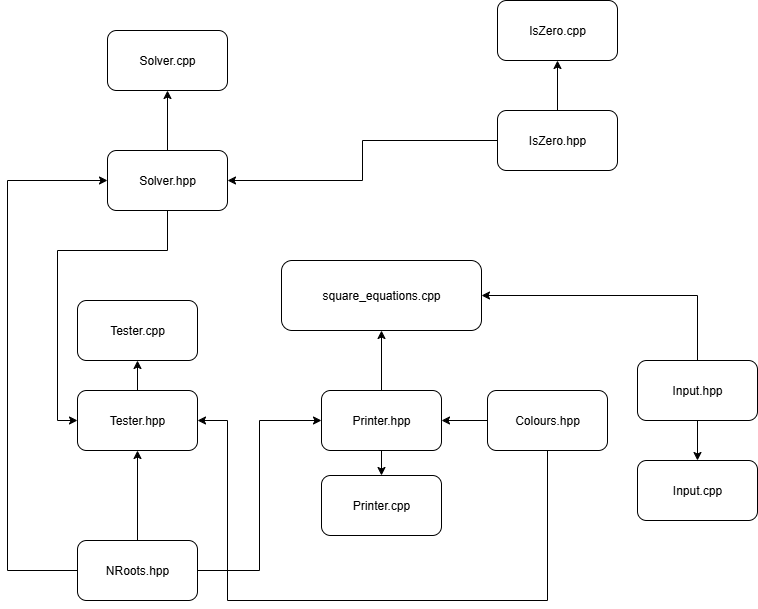
Before: Project_structure.png, a diagram exported from draw.io (Sergey3G/C-Summer-School). Source tidied: cells renumbered, new cells last; positions are measured from the earlier drawing's top-left corner, leaving out a move shared by most shapes.
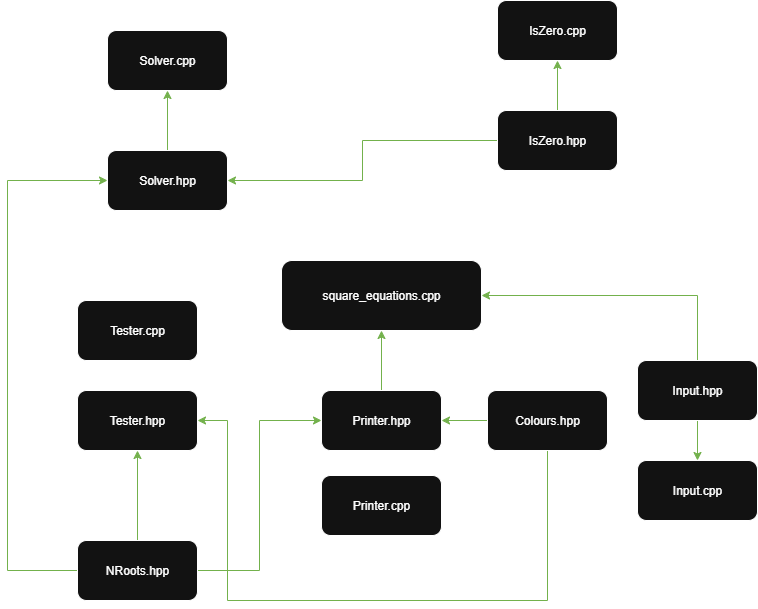
After the change.

Commit message:
twenty_sixth_commit

Change to the diagram source:
```diff
@@ -8,19 +8,19 @@
     <mxCell id="3" value="Input.cpp" style="rounded=1;whiteSpace=wrap;html=1;" parent="1" vertex="1">
       <mxGeometry x="630" y="460" width="120" height="60" as="geometry" />
     </mxCell>
-    <mxCell id="4" style="edgeStyle=orthogonalEdgeStyle;rounded=0;jettySize=auto;html=1;exitX=0.5;exitY=1;exitDx=0;exitDy=0;" parent="1" edge="1" source="6" target="3">
+    <mxCell id="4" style="edgeStyle=orthogonalEdgeStyle;rounded=0;jettySize=auto;html=1;exitX=0.5;exitY=1;exitDx=0;exitDy=0;fillColor=#60a917;strokeColor=#2D7600;" parent="1" edge="1" source="6" target="3">
       <mxGeometry relative="1" as="geometry" />
     </mxCell>
-    <mxCell id="5" style="edgeStyle=orthogonalEdgeStyle;rounded=0;jettySize=auto;html=1;exitX=0.5;exitY=0;exitDx=0;exitDy=0;entryX=1;entryY=0.5;entryDx=0;entryDy=0;" parent="1" edge="1" source="6" target="2">
+    <mxCell id="5" style="edgeStyle=orthogonalEdgeStyle;rounded=0;jettySize=auto;html=1;exitX=0.5;exitY=0;exitDx=0;exitDy=0;entryX=1;entryY=0.5;entryDx=0;entryDy=0;fillColor=#60a917;strokeColor=#2D7600;" parent="1" edge="1" source="6" target="2">
       <mxGeometry relative="1" as="geometry" />
     </mxCell>
     <mxCell id="6" value="Input.hpp" style="rounded=1;whiteSpace=wrap;html=1;" parent="1" vertex="1">
       <mxGeometry x="630" y="360" width="120" height="60" as="geometry" />
     </mxCell>
-    <mxCell id="7" style="edgeStyle=orthogonalEdgeStyle;rounded=0;jettySize=auto;html=1;entryX=0.5;entryY=1;entryDx=0;entryDy=0;" parent="1" edge="1" source="9" target="10">
+    <mxCell id="7" style="edgeStyle=orthogonalEdgeStyle;rounded=0;jettySize=auto;html=1;entryX=0.5;entryY=1;entryDx=0;entryDy=0;fillColor=#60a917;strokeColor=#2D7600;" parent="1" edge="1" source="9" target="10">
       <mxGeometry relative="1" as="geometry" />
     </mxCell>
-    <mxCell id="8" style="edgeStyle=orthogonalEdgeStyle;rounded=0;jettySize=auto;html=1;entryX=1;entryY=0.5;entryDx=0;entryDy=0;" parent="1" edge="1" source="9" target="13">
+    <mxCell id="8" style="edgeStyle=orthogonalEdgeStyle;rounded=0;jettySize=auto;html=1;entryX=1;entryY=0.5;entryDx=0;entryDy=0;fillColor=#60a917;strokeColor=#2D7600;" parent="1" edge="1" source="9" target="13">
       <mxGeometry relative="1" as="geometry" />
     </mxCell>
     <mxCell id="9" value="IsZero.hpp" style="rounded=1;whiteSpace=wrap;html=1;" parent="1" vertex="1">
@@ -29,7 +29,7 @@
     <mxCell id="10" value="IsZero.cpp" style="rounded=1;whiteSpace=wrap;html=1;" parent="1" vertex="1">
       <mxGeometry x="490" width="120" height="60" as="geometry" />
     </mxCell>
-    <mxCell id="11" style="edgeStyle=orthogonalEdgeStyle;rounded=0;jettySize=auto;html=1;exitX=0.5;exitY=0;exitDx=0;exitDy=0;entryX=0.5;entryY=1;entryDx=0;entryDy=0;" parent="1" edge="1" source="13" target="14">
+    <mxCell id="11" style="edgeStyle=orthogonalEdgeStyle;rounded=0;jettySize=auto;html=1;exitX=0.5;exitY=0;exitDx=0;exitDy=0;entryX=0.5;entryY=1;entryDx=0;entryDy=0;fillColor=#60a917;strokeColor=#2D7600;" parent="1" edge="1" source="13" target="14">
       <mxGeometry relative="1" as="geometry" />
     </mxCell>
     <mxCell id="12" style="edgeStyle=orthogonalEdgeStyle;rounded=0;jettySize=auto;html=1;exitX=0.5;exitY=1;exitDx=0;exitDy=0;entryX=0;entryY=0.5;entryDx=0;entryDy=0;" parent="1" edge="1" source="13" target="17">
@@ -59,7 +59,7 @@
     <mxCell id="18" style="edgeStyle=orthogonalEdgeStyle;rounded=0;jettySize=auto;html=1;" parent="1" edge="1" source="20" target="21">
       <mxGeometry relative="1" as="geometry" />
     </mxCell>
-    <mxCell id="19" style="edgeStyle=orthogonalEdgeStyle;rounded=0;jettySize=auto;html=1;" parent="1" edge="1" source="20" target="2">
+    <mxCell id="19" style="edgeStyle=orthogonalEdgeStyle;rounded=0;jettySize=auto;html=1;fillColor=#60a917;strokeColor=#2D7600;" parent="1" edge="1" source="20" target="2">
       <mxGeometry relative="1" as="geometry" />
     </mxCell>
     <mxCell id="20" value="Printer.hpp" style="rounded=1;whiteSpace=wrap;html=1;" parent="1" vertex="1">
@@ -68,13 +68,13 @@
     <mxCell id="21" value="Printer.cpp" style="rounded=1;whiteSpace=wrap;html=1;" parent="1" vertex="1">
       <mxGeometry x="314" y="475" width="120" height="60" as="geometry" />
     </mxCell>
-    <mxCell id="22" style="edgeStyle=orthogonalEdgeStyle;rounded=0;jettySize=auto;html=1;entryX=0;entryY=0.5;entryDx=0;entryDy=0;" parent="1" edge="1" source="25" target="20">
+    <mxCell id="22" style="edgeStyle=orthogonalEdgeStyle;rounded=0;jettySize=auto;html=1;entryX=0;entryY=0.5;entryDx=0;entryDy=0;fillColor=#60a917;strokeColor=#2D7600;" parent="1" edge="1" source="25" target="20">
       <mxGeometry relative="1" as="geometry" />
     </mxCell>
-    <mxCell id="23" style="edgeStyle=orthogonalEdgeStyle;rounded=0;jettySize=auto;html=1;exitX=0.5;exitY=0;exitDx=0;exitDy=0;entryX=0.5;entryY=1;entryDx=0;entryDy=0;" parent="1" edge="1" source="25" target="17">
+    <mxCell id="23" style="edgeStyle=orthogonalEdgeStyle;rounded=0;jettySize=auto;html=1;exitX=0.5;exitY=0;exitDx=0;exitDy=0;entryX=0.5;entryY=1;entryDx=0;entryDy=0;fillColor=#60a917;strokeColor=#2D7600;" parent="1" edge="1" source="25" target="17">
       <mxGeometry relative="1" as="geometry" />
     </mxCell>
-    <mxCell id="24" style="edgeStyle=orthogonalEdgeStyle;rounded=0;jettySize=auto;html=1;exitX=0;exitY=0.5;exitDx=0;exitDy=0;entryX=0;entryY=0.5;entryDx=0;entryDy=0;" parent="1" edge="1" source="25" target="13">
+    <mxCell id="24" style="edgeStyle=orthogonalEdgeStyle;rounded=0;jettySize=auto;html=1;exitX=0;exitY=0.5;exitDx=0;exitDy=0;entryX=0;entryY=0.5;entryDx=0;entryDy=0;fillColor=#60a917;strokeColor=#2D7600;" parent="1" edge="1" source="25" target="13">
       <mxGeometry relative="1" as="geometry">
         <Array as="points">
           <mxPoint y="570" />
@@ -85,10 +85,10 @@
     <mxCell id="25" value="NRoots.hpp" style="rounded=1;whiteSpace=wrap;html=1;" parent="1" vertex="1">
       <mxGeometry x="70" y="540" width="120" height="60" as="geometry" />
     </mxCell>
-    <mxCell id="26" style="edgeStyle=orthogonalEdgeStyle;rounded=0;jettySize=auto;html=1;" parent="1" edge="1" source="28" target="20">
+    <mxCell id="26" style="edgeStyle=orthogonalEdgeStyle;rounded=0;jettySize=auto;html=1;fillColor=#60a917;strokeColor=#2D7600;" parent="1" edge="1" source="28" target="20">
       <mxGeometry relative="1" as="geometry" />
     </mxCell>
-    <mxCell id="27" style="edgeStyle=orthogonalEdgeStyle;rounded=0;jettySize=auto;html=1;entryX=1;entryY=0.5;entryDx=0;entryDy=0;" parent="1" edge="1" target="17">
+    <mxCell id="27" style="edgeStyle=orthogonalEdgeStyle;rounded=0;jettySize=auto;html=1;entryX=1;entryY=0.5;entryDx=0;entryDy=0;fillColor=#60a917;strokeColor=#2D7600;" parent="1" edge="1" target="17">
       <mxGeometry relative="1" as="geometry">
         <mxPoint x="570" y="450" as="sourcePoint" />
         <Array as="points">
```
